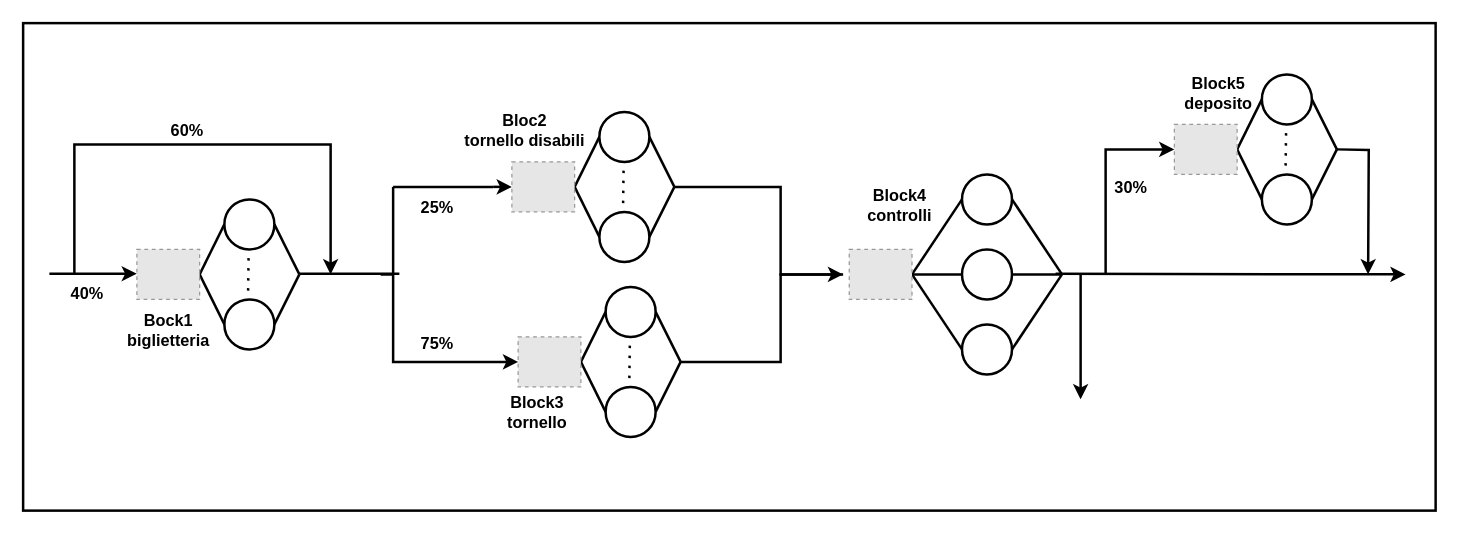
The draw.io diagram DisneyWorld/conc_model2.drawio in EnricoDAlessandro97UNI/DisneyWorld, before the edit. Source tidied: cells renumbered, new cells numbered last; positions are measured from the earlier drawing's top-left corner, leaving out a move shared by most shapes. Both pictures are drawn from the tidied source at 125%, with x=0, y=0 at pixel (22, 22). Pictures stored in the file or linked from it are replaced by grey dashed boxes.
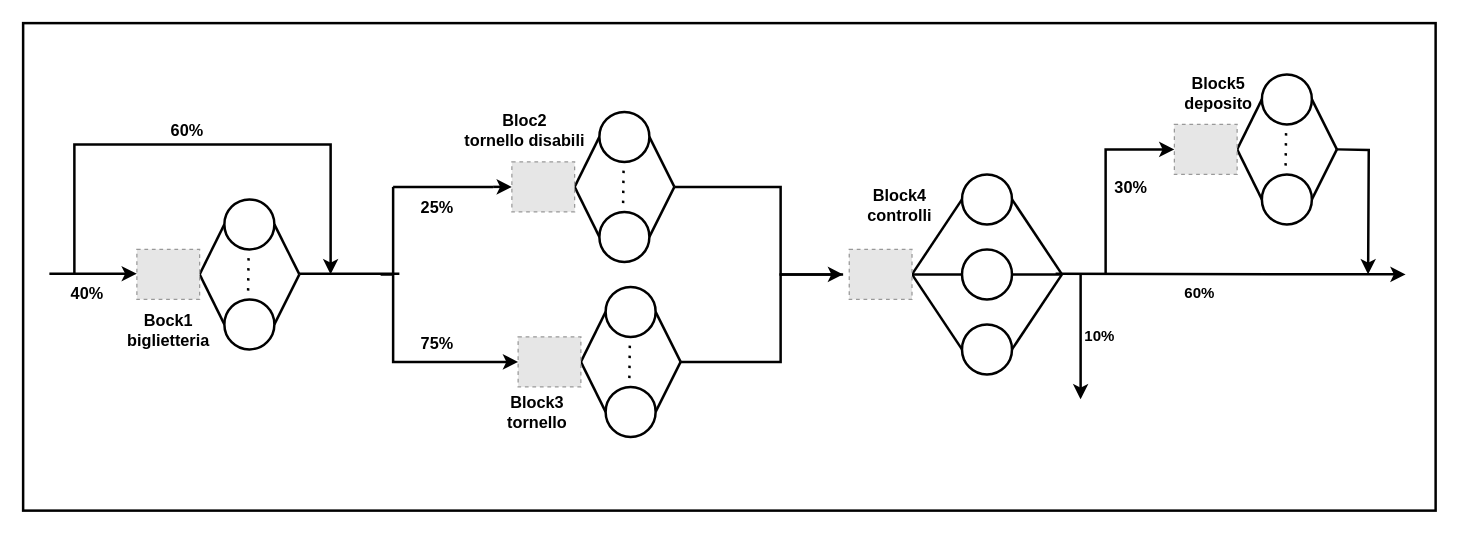
After the change.

Diff of the diagram source:
```diff
@@
+    <mxCell id="72" value="10%" style="text;html=1;align=center;verticalAlign=middle;strokeColor=none;fillColor=none;fontStyle=1;" parent="1" vertex="1">
+      <mxGeometry x="836" y="236" width="50" height="30" as="geometry" />
+    </mxCell>
+    <mxCell id="73" value="60%" style="text;html=1;align=center;verticalAlign=middle;strokeColor=none;fillColor=none;fontStyle=1;" parent="1" vertex="1">
+      <mxGeometry x="916" y="201" width="50" height="30" as="geometry" />
+    </mxCell>
```
